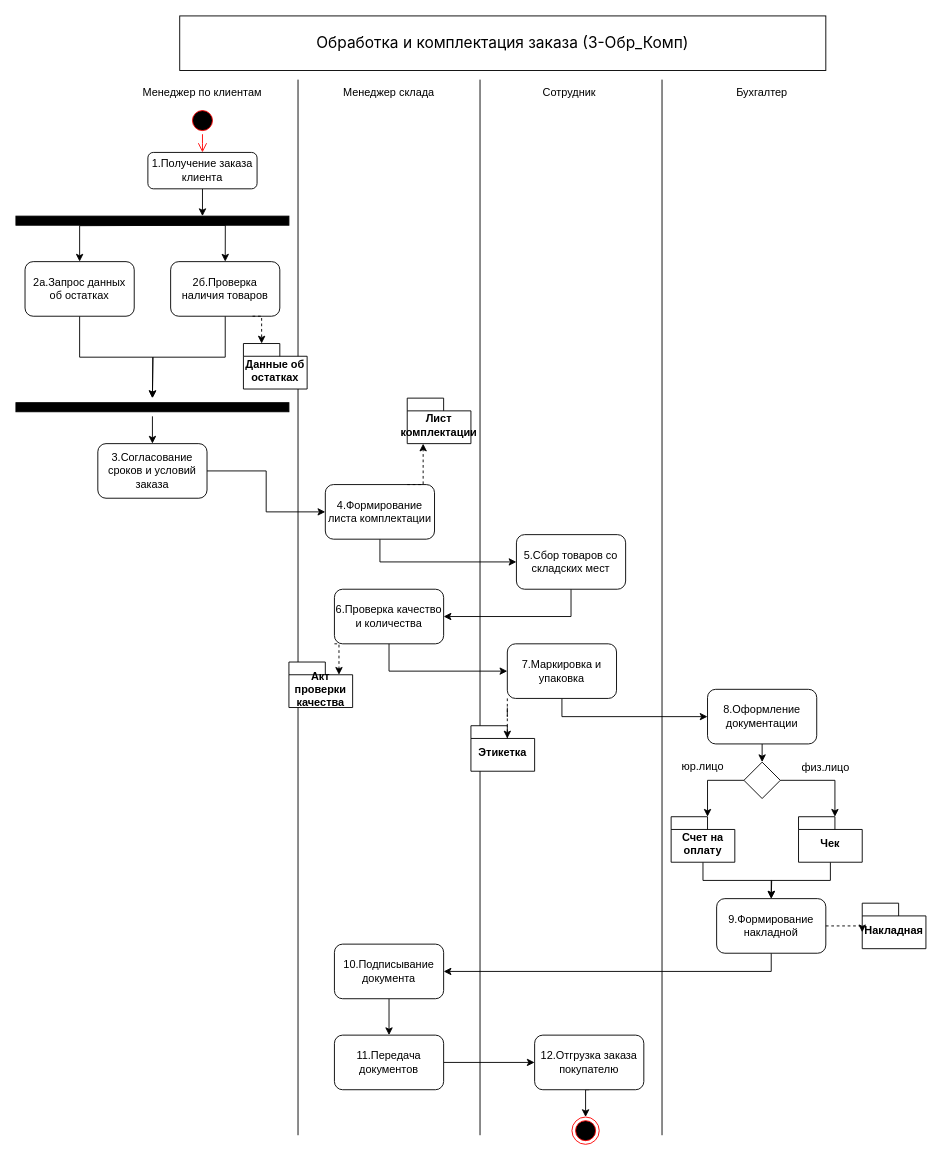
Above: Практика 11.01/UML/Диаграмма действий.drawio in Mirasali-1/Ychebnaya_Praktika (draw.io), before the change. Source tidied: cells renumbered, new cells numbered last; positions are measured from the earlier drawing's top-left corner, leaving out a move shared by most shapes. Both pictures are drawn from the tidied source at 91%, with x=0, y=0 at pixel (25, 15).
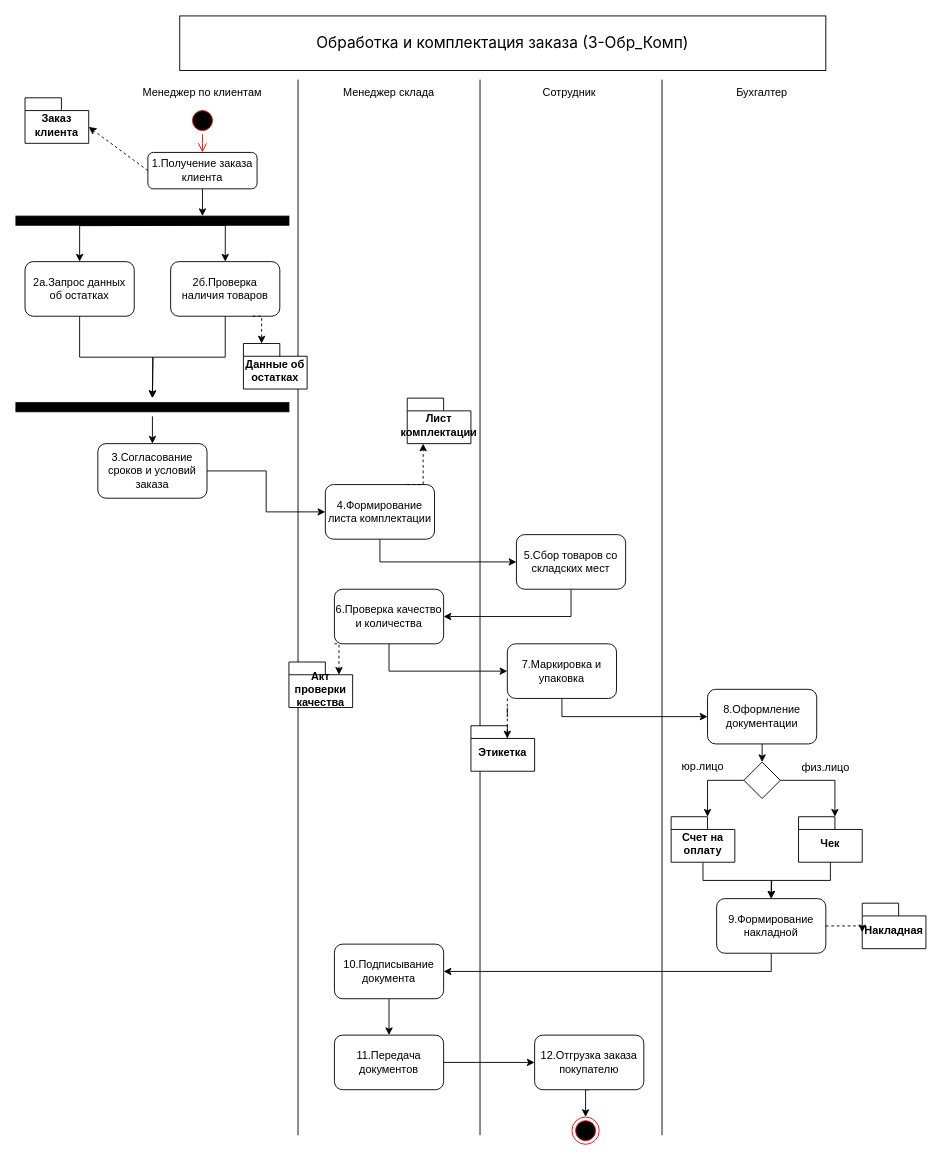
Above is the later version.

The change refers to these unchanged cells:
```xml
<mxCell id="13" value="1.&lt;span style=&quot;background-color: transparent; color: light-dark(rgb(0, 0, 0), rgb(255, 255, 255));&quot;&gt;Получение заказа клиента&lt;/span&gt;" style="rounded=1;whiteSpace=wrap;html=1;" parent="1" vertex="1">
  <mxGeometry x="135" y="150" width="120" height="40" as="geometry" />
</mxCell>
```

Diff of the diagram source:
```diff
@@
+    <mxCell id="63" value="Заказ клиента" style="shape=folder;fontStyle=1;spacingTop=10;tabWidth=40;tabHeight=14;tabPosition=left;html=1;whiteSpace=wrap;" parent="1" vertex="1">
+      <mxGeometry y="90" width="70" height="50" as="geometry" />
+    </mxCell>
+    <mxCell id="64" style="rounded=0;jettySize=auto;html=1;exitX=0;exitY=0.5;exitDx=0;exitDy=0;entryX=0;entryY=0;entryDx=70;entryDy=32;entryPerimeter=0;dashed=1;" parent="1" edge="1" source="13" target="63">
+      <mxGeometry relative="1" as="geometry" />
+    </mxCell>
```
